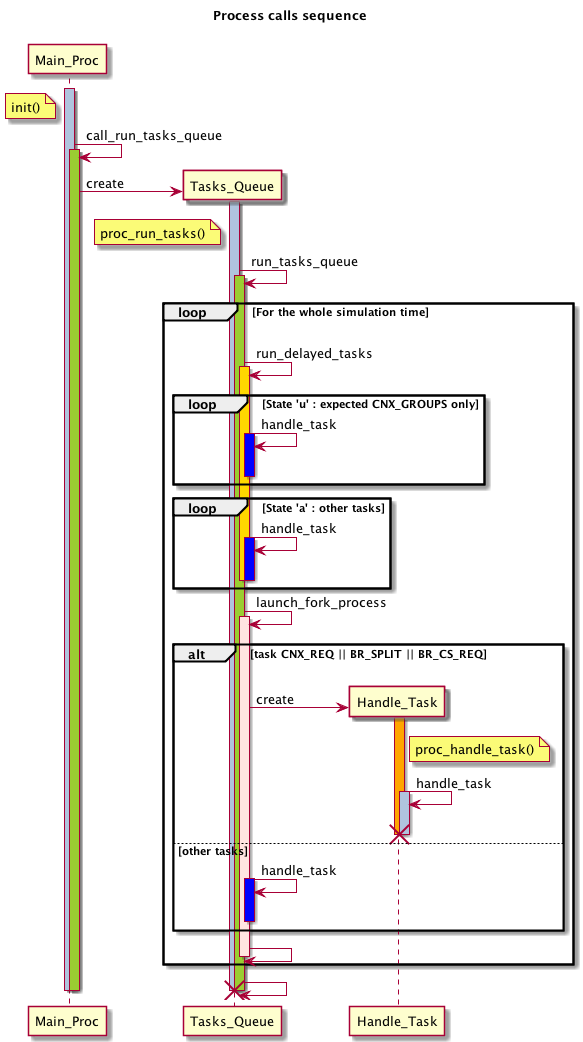
Earlier version of the PlantUML export doc/UML/Call_procs.png (tof25/DST). Its diagram source:
```plantuml
@startuml
title Process calls sequence \n

note left of Main_Proc: init()
activate Main_Proc #LightSteelBlue

Main_Proc -> Main_Proc: call_run_tasks_queue
activate Main_Proc #YellowGreen

create Tasks_Queue
Main_Proc -> Tasks_Queue: create

note left of Tasks_Queue: proc_run_tasks()
activate Tasks_Queue #LightSteelBlue

Tasks_Queue -> Tasks_Queue: run_tasks_queue
activate Tasks_Queue #YellowGreen

loop For the whole simulation time
|||

    Tasks_Queue -> Tasks_Queue: run_delayed_tasks
    activate Tasks_Queue #Gold

    loop State 'u' : expected CNX_GROUPS only
        Tasks_Queue -> Tasks_Queue: handle_task
        activate Tasks_Queue #Blue
        deactivate Tasks_Queue
    end

    loop State 'a' : other tasks
        Tasks_Queue -> Tasks_Queue: handle_task
        activate Tasks_Queue #Blue
        deactivate Tasks_Queue
    end

    deactivate Tasks_Queue

    Tasks_Queue -> Tasks_Queue: launch_fork_process

    activate Tasks_Queue #MistyRose

    alt task CNX_REQ || BR_SPLIT || BR_CS_REQ
    |||

        create Handle_Task
            Tasks_Queue -> Handle_Task: create

            note right of Handle_Task: proc_handle_task()
            activate Handle_Task #Orange

            Handle_Task -> Handle_Task: handle_task
            activate Handle_Task #LightSteelBlue
            deactivate Handle_Task
        destroy Handle_Task

    else other tasks

        Tasks_Queue -> Tasks_Queue: handle_task
        activate Tasks_Queue #Blue
        deactivate Tasks_Queue
    end

    Tasks_Queue -> Tasks_Queue
    deactivate Tasks_Queue
end
Tasks_Queue -> Tasks_Queue
deactivate Tasks_Queue

destroy Tasks_Queue

deactivate Main_Proc
deactivate Main_Proc
@enduml
```
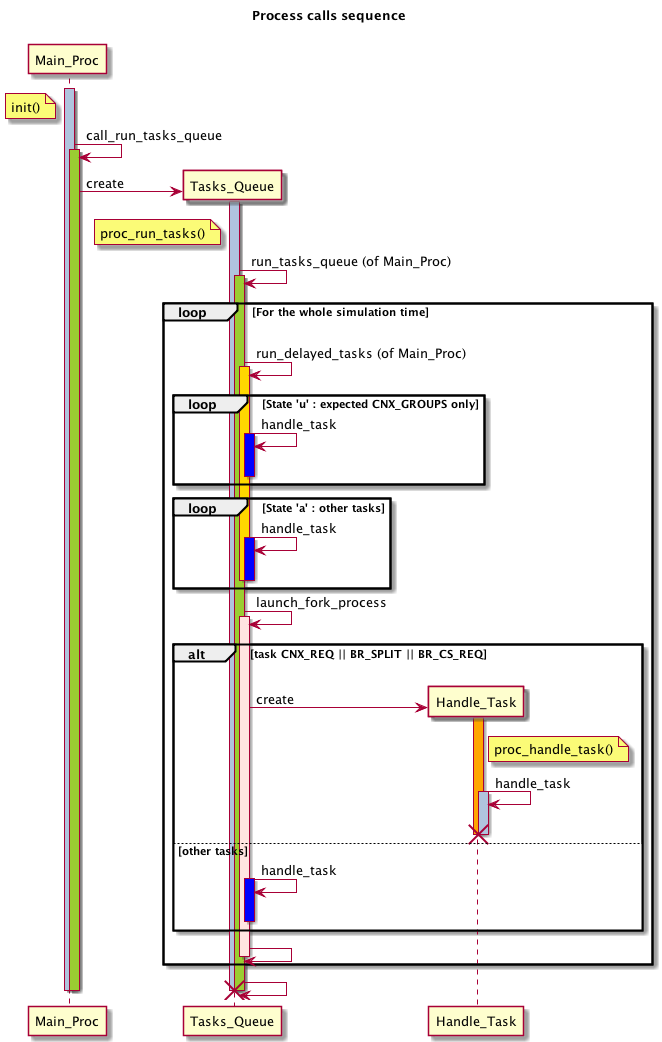
Later version of the same file.

Diff of the diagram source:
```diff
@@ -13,13 +13,13 @@
 note left of Tasks_Queue: proc_run_tasks()
 activate Tasks_Queue #LightSteelBlue
 
-Tasks_Queue -> Tasks_Queue: run_tasks_queue
+Tasks_Queue -> Tasks_Queue: run_tasks_queue (of Main_Proc)
 activate Tasks_Queue #YellowGreen
 
 loop For the whole simulation time
 |||
 
-    Tasks_Queue -> Tasks_Queue: run_delayed_tasks
+    Tasks_Queue -> Tasks_Queue: run_delayed_tasks (of Main_Proc)
     activate Tasks_Queue #Gold
 
     loop State 'u' : expected CNX_GROUPS only
```
